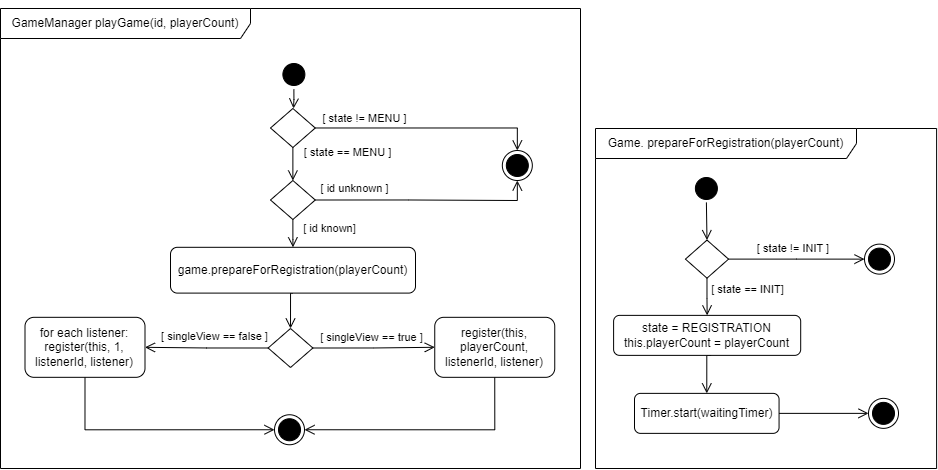
Above: Dokumentation/App/diagrams/laufzeit/activity_start1.png in sckoenig/Distributed-Tron (draw.io), before the change. Source tidied: cells renumbered, new cells last; positions are measured from the earlier drawing's top-left corner, leaving out a move shared by most shapes.
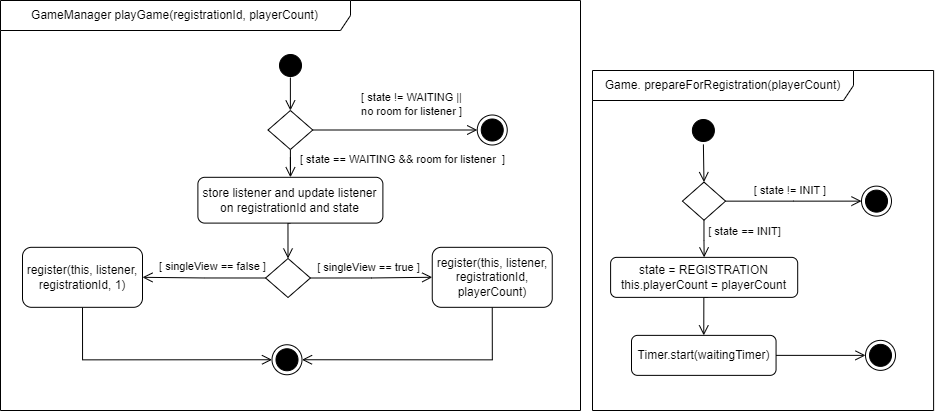
Later version of the same file.

The edit, as a diff of the source:
```diff
@@ -2,148 +2,128 @@
   <root>
     <mxCell id="0" />
     <mxCell id="1" parent="0" />
-    <mxCell id="2" value="&lt;div&gt;&lt;br&gt;&lt;/div&gt;&lt;div&gt;&lt;br&gt;&lt;/div&gt;" style="text;html=1;align=center;verticalAlign=middle;strokeColor=none;fillColor=none;" parent="1" vertex="1">
-      <mxGeometry x="478.5" width="20" height="40" as="geometry" />
+    <mxCell id="2" style="edgeStyle=orthogonalEdgeStyle;rounded=0;jettySize=auto;html=1;entryX=0.5;entryY=0;entryDx=0;entryDy=0;endArrow=open;endFill=0;endSize=8;" parent="1" edge="1" target="8">
+      <mxGeometry relative="1" as="geometry">
+        <mxPoint x="705.9" y="201.9" as="sourcePoint" />
+      </mxGeometry>
     </mxCell>
-    <mxCell id="3" style="ellipse;html=1;shape=startState;fillColor=#000000;strokeColor=#000000;" parent="1" vertex="1">
-      <mxGeometry x="278.4" y="59" width="30" height="30" as="geometry" />
+    <mxCell id="3" style="ellipse;html=1;shape=endState;fillColor=#000000;strokeColor=#000000;fontSize=11;sketch=0;" parent="1" vertex="1">
+      <mxGeometry x="868" y="397.9" width="30" height="30" as="geometry" />
     </mxCell>
-    <mxCell id="4" style="edgeStyle=orthogonalEdgeStyle;html=1;verticalAlign=bottom;endArrow=open;endSize=8;strokeColor=#000000;rounded=0;" parent="1" edge="1" source="3">
-      <mxGeometry relative="1" as="geometry">
-        <mxPoint x="293" y="108" as="targetPoint" />
-      </mxGeometry>
+    <mxCell id="4" style="edgeStyle=orthogonalEdgeStyle;rounded=0;jettySize=auto;html=1;entryX=0;entryY=0.5;entryDx=0;entryDy=0;endArrow=open;endFill=0;endSize=8;" parent="1" edge="1" source="8" target="10">
+      <mxGeometry relative="1" as="geometry" />
     </mxCell>
-    <mxCell id="5" style="edgeStyle=orthogonalEdgeStyle;rounded=0;jettySize=auto;html=1;exitX=0;exitY=0.5;exitDx=0;exitDy=0;exitPerimeter=0;entryX=1;entryY=0.5;entryDx=0;entryDy=0;endArrow=open;endFill=0;endSize=8;" parent="1" edge="1" source="9" target="13">
-      <mxGeometry relative="1" as="geometry" />
+    <mxCell id="5" value="[ state != INIT ]&amp;nbsp;" style="edgeLabel;html=1;align=center;verticalAlign=middle;" parent="4" vertex="1">
+      <mxGeometry x="-0.16" y="-2" relative="1" as="geometry">
+        <mxPoint x="9" y="-13" as="offset" />
+      </mxGeometry>
     </mxCell>
-    <mxCell id="6" value="[ singleView == false ]" style="edgeLabel;html=1;align=center;verticalAlign=middle;" parent="5" vertex="1">
-      <mxGeometry x="0.26" y="1" relative="1" as="geometry">
-        <mxPoint x="23" y="-12" as="offset" />
-      </mxGeometry>
+    <mxCell id="6" style="edgeStyle=orthogonalEdgeStyle;rounded=0;jettySize=auto;html=1;entryX=0.5;entryY=0;entryDx=0;entryDy=0;endArrow=open;endFill=0;endSize=8;" parent="1" edge="1" source="8" target="12">
+      <mxGeometry relative="1" as="geometry" />
     </mxCell>
-    <mxCell id="7" style="edgeStyle=orthogonalEdgeStyle;rounded=0;jettySize=auto;html=1;exitX=1;exitY=0.5;exitDx=0;exitDy=0;exitPerimeter=0;endArrow=open;endFill=0;endSize=8;" parent="1" edge="1" source="9" target="15">
-      <mxGeometry relative="1" as="geometry" />
+    <mxCell id="7" value="[ state == INIT]" style="edgeLabel;html=1;align=center;verticalAlign=middle;" parent="6" vertex="1">
+      <mxGeometry x="-0.28" relative="1" as="geometry">
+        <mxPoint x="40" y="-2" as="offset" />
+      </mxGeometry>
     </mxCell>
-    <mxCell id="8" value="[ singleView == true ]" style="edgeLabel;html=1;align=center;verticalAlign=middle;points=[];" parent="7" vertex="1">
-      <mxGeometry x="-0.25" y="-1" relative="1" as="geometry">
-        <mxPoint x="12" y="-12" as="offset" />
-      </mxGeometry>
+    <mxCell id="8" style="rhombus;whiteSpace=wrap;html=1;" parent="1" vertex="1">
+      <mxGeometry x="684.9" y="239.6" width="43.1" height="38.1" as="geometry" />
     </mxCell>
-    <mxCell id="9" style="strokeWidth=1;html=1;shape=mxgraph.flowchart.decision;whiteSpace=wrap;" parent="1" vertex="1">
-      <mxGeometry x="267.6" y="328" width="44.8" height="39" as="geometry" />
+    <mxCell id="9" value="Timer.start(waitingTimer)" style="rounded=1;whiteSpace=wrap;html=1;" parent="1" vertex="1">
+      <mxGeometry x="634" y="392.9" width="144.6" height="40" as="geometry" />
     </mxCell>
-    <mxCell id="10" style="edgeStyle=orthogonalEdgeStyle;rounded=0;jettySize=auto;html=1;exitX=0.5;exitY=1;exitDx=0;exitDy=0;entryX=0.5;entryY=0;entryDx=0;entryDy=0;entryPerimeter=0;endArrow=open;endFill=0;endSize=8;" parent="1" edge="1" source="11" target="9">
-      <mxGeometry relative="1" as="geometry" />
+    <mxCell id="10" style="ellipse;html=1;shape=endState;fillColor=#000000;strokeColor=#000000;fontSize=11;sketch=0;" parent="1" vertex="1">
+      <mxGeometry x="864" y="243.6" width="30" height="30" as="geometry" />
     </mxCell>
-    <mxCell id="11" value="game.prepareForRegistration(playerCount)" style="rounded=1;whiteSpace=wrap;html=1;" parent="1" vertex="1">
-      <mxGeometry x="170" y="246.8" width="245" height="45.8" as="geometry" />
+    <mxCell id="11" style="edgeStyle=orthogonalEdgeStyle;rounded=0;jettySize=auto;html=1;exitX=0.5;exitY=1;exitDx=0;exitDy=0;entryX=0.5;entryY=0;entryDx=0;entryDy=0;endArrow=open;endFill=0;endSize=8;" parent="1" edge="1" target="9">
+      <mxGeometry relative="1" as="geometry">
+        <mxPoint x="710.6" y="354.9" as="sourcePoint" />
+      </mxGeometry>
     </mxCell>
-    <mxCell id="12" style="edgeStyle=orthogonalEdgeStyle;rounded=0;jettySize=auto;html=1;exitX=0.5;exitY=1;exitDx=0;exitDy=0;entryX=0;entryY=0.5;entryDx=0;entryDy=0;endArrow=open;endFill=0;endSize=8;" parent="1" edge="1" source="13" target="16">
-      <mxGeometry relative="1" as="geometry" />
+    <mxCell id="12" value="state = REGISTRATION&lt;br&gt;this.playerCount = playerCount" style="rounded=1;whiteSpace=wrap;html=1;" parent="1" vertex="1">
+      <mxGeometry x="613.1" y="314.9" width="187.1" height="40" as="geometry" />
     </mxCell>
-    <mxCell id="13" value="for each listener: register(this, 1, listenerId, listener) " style="rounded=1;whiteSpace=wrap;html=1;" parent="1" vertex="1">
-      <mxGeometry x="24.5" y="316.8" width="120" height="60" as="geometry" />
+    <mxCell id="13" style="edgeStyle=orthogonalEdgeStyle;rounded=0;jettySize=auto;html=1;exitX=1;exitY=0.5;exitDx=0;exitDy=0;entryX=0;entryY=0.5;entryDx=0;entryDy=0;endArrow=open;endFill=0;endSize=8;" parent="1" edge="1" source="9" target="3">
+      <mxGeometry relative="1" as="geometry" />
     </mxCell>
-    <mxCell id="14" style="edgeStyle=orthogonalEdgeStyle;rounded=0;jettySize=auto;html=1;exitX=0.5;exitY=1;exitDx=0;exitDy=0;entryX=1;entryY=0.5;entryDx=0;entryDy=0;endArrow=open;endFill=0;endSize=8;" parent="1" edge="1" source="15" target="16">
-      <mxGeometry relative="1" as="geometry" />
+    <mxCell id="14" style="ellipse;html=1;shape=startState;fillColor=#000000;strokeColor=#000000;" parent="1" vertex="1">
+      <mxGeometry x="690.9" y="173" width="30" height="30" as="geometry" />
     </mxCell>
-    <mxCell id="15" value="register(this, playerCount, listenerId, listener)" style="rounded=1;whiteSpace=wrap;html=1;" parent="1" vertex="1">
-      <mxGeometry x="434.2" y="316.8" width="120" height="60" as="geometry" />
+    <mxCell id="15" value="Game. prepareForRegistration(playerCount)" style="shape=umlFrame;whiteSpace=wrap;html=1;sketch=0;fillColor=default;width=261;height=30;align=center;" parent="1" vertex="1">
+      <mxGeometry x="595" y="128" width="341.1" height="340" as="geometry" />
     </mxCell>
-    <mxCell id="16" style="ellipse;html=1;shape=endState;fillColor=#000000;strokeColor=#000000;fontSize=11;sketch=0;" parent="1" vertex="1">
-      <mxGeometry x="274" y="414.2" width="30" height="30" as="geometry" />
+    <mxCell id="16" style="ellipse;html=1;shape=startState;fillColor=#000000;strokeColor=#000000;" parent="1" vertex="1">
+      <mxGeometry x="278" y="108" width="30" height="30" as="geometry" />
     </mxCell>
-    <mxCell id="17" style="edgeStyle=orthogonalEdgeStyle;rounded=0;jettySize=auto;html=1;entryX=0.5;entryY=0;entryDx=0;entryDy=0;endArrow=open;endFill=0;endSize=8;" parent="1" edge="1" target="23">
-      <mxGeometry relative="1" as="geometry">
-        <mxPoint x="705.9" y="201.9" as="sourcePoint" />
-      </mxGeometry>
+    <mxCell id="17" style="edgeStyle=orthogonalEdgeStyle;rounded=0;jettySize=auto;html=1;exitX=0;exitY=0.5;exitDx=0;exitDy=0;exitPerimeter=0;entryX=1;entryY=0.5;entryDx=0;entryDy=0;endArrow=open;endFill=0;endSize=8;" parent="1" edge="1" source="21" target="25">
+      <mxGeometry relative="1" as="geometry" />
     </mxCell>
-    <mxCell id="18" style="ellipse;html=1;shape=endState;fillColor=#000000;strokeColor=#000000;fontSize=11;sketch=0;" parent="1" vertex="1">
-      <mxGeometry x="868" y="397.9" width="30" height="30" as="geometry" />
+    <mxCell id="18" value="[ singleView == false ]" style="edgeLabel;html=1;align=center;verticalAlign=middle;points=[];" parent="17" vertex="1">
+      <mxGeometry x="0.26" y="1" relative="1" as="geometry">
+        <mxPoint x="23" y="-12" as="offset" />
+      </mxGeometry>
     </mxCell>
-    <mxCell id="19" style="edgeStyle=orthogonalEdgeStyle;rounded=0;jettySize=auto;html=1;entryX=0;entryY=0.5;entryDx=0;entryDy=0;endArrow=open;endFill=0;endSize=8;" parent="1" edge="1" source="23" target="25">
+    <mxCell id="19" style="edgeStyle=orthogonalEdgeStyle;rounded=0;jettySize=auto;html=1;exitX=1;exitY=0.5;exitDx=0;exitDy=0;exitPerimeter=0;endArrow=open;endFill=0;endSize=8;" parent="1" edge="1" source="21" target="27">
       <mxGeometry relative="1" as="geometry" />
     </mxCell>
-    <mxCell id="20" value="[ state != INIT ]&amp;nbsp;" style="edgeLabel;html=1;align=center;verticalAlign=middle;" parent="19" vertex="1">
-      <mxGeometry x="-0.16" y="-2" relative="1" as="geometry">
-        <mxPoint x="9" y="-13" as="offset" />
+    <mxCell id="20" value="[ singleView == true ]" style="edgeLabel;html=1;align=center;verticalAlign=middle;" parent="19" vertex="1">
+      <mxGeometry x="-0.25" y="-1" relative="1" as="geometry">
+        <mxPoint x="12" y="-12" as="offset" />
       </mxGeometry>
     </mxCell>
-    <mxCell id="21" style="edgeStyle=orthogonalEdgeStyle;rounded=0;jettySize=auto;html=1;entryX=0.5;entryY=0;entryDx=0;entryDy=0;endArrow=open;endFill=0;endSize=8;" parent="1" edge="1" source="23" target="27">
-      <mxGeometry relative="1" as="geometry" />
+    <mxCell id="21" style="strokeWidth=1;html=1;shape=mxgraph.flowchart.decision;whiteSpace=wrap;" parent="1" vertex="1">
+      <mxGeometry x="268.1" y="316" width="44.8" height="39" as="geometry" />
     </mxCell>
-    <mxCell id="22" value="[ state == INIT]" style="edgeLabel;html=1;align=center;verticalAlign=middle;" parent="21" vertex="1">
-      <mxGeometry x="-0.28" relative="1" as="geometry">
-        <mxPoint x="40" y="-2" as="offset" />
-      </mxGeometry>
+    <mxCell id="22" style="edgeStyle=orthogonalEdgeStyle;rounded=0;jettySize=auto;html=1;exitX=0.5;exitY=1;exitDx=0;exitDy=0;entryX=0.5;entryY=0;entryDx=0;entryDy=0;entryPerimeter=0;endArrow=open;endFill=0;endSize=8;" parent="1" edge="1" source="23" target="21">
+      <mxGeometry relative="1" as="geometry" />
     </mxCell>
-    <mxCell id="23" style="rhombus;whiteSpace=wrap;html=1;" parent="1" vertex="1">
-      <mxGeometry x="684.9" y="239.6" width="43.1" height="38.1" as="geometry" />
+    <mxCell id="23" value="store listener and update listener&lt;br&gt;on registrationId and state" style="rounded=1;whiteSpace=wrap;html=1;" parent="1" vertex="1">
+      <mxGeometry x="200.4" y="234.8" width="185" height="45.8" as="geometry" />
     </mxCell>
-    <mxCell id="24" value="Timer.start(waitingTimer)" style="rounded=1;whiteSpace=wrap;html=1;" parent="1" vertex="1">
-      <mxGeometry x="634" y="392.9" width="144.6" height="40" as="geometry" />
+    <mxCell id="24" style="edgeStyle=orthogonalEdgeStyle;rounded=0;jettySize=auto;html=1;exitX=0.5;exitY=1;exitDx=0;exitDy=0;entryX=0;entryY=0.5;entryDx=0;entryDy=0;endArrow=open;endFill=0;endSize=8;" parent="1" edge="1" source="25" target="28">
+      <mxGeometry relative="1" as="geometry" />
     </mxCell>
-    <mxCell id="25" style="ellipse;html=1;shape=endState;fillColor=#000000;strokeColor=#000000;fontSize=11;sketch=0;" parent="1" vertex="1">
-      <mxGeometry x="864" y="243.6" width="30" height="30" as="geometry" />
+    <mxCell id="25" value="register(this, listener,&lt;br&gt;registrationId, 1)" style="rounded=1;whiteSpace=wrap;html=1;" parent="1" vertex="1">
+      <mxGeometry x="25" y="304.8" width="120" height="60" as="geometry" />
     </mxCell>
-    <mxCell id="26" style="edgeStyle=orthogonalEdgeStyle;rounded=0;jettySize=auto;html=1;exitX=0.5;exitY=1;exitDx=0;exitDy=0;entryX=0.5;entryY=0;entryDx=0;entryDy=0;endArrow=open;endFill=0;endSize=8;" parent="1" edge="1" target="24">
-      <mxGeometry relative="1" as="geometry">
-        <mxPoint x="710.6" y="354.9" as="sourcePoint" />
-      </mxGeometry>
+    <mxCell id="26" style="edgeStyle=orthogonalEdgeStyle;rounded=0;jettySize=auto;html=1;exitX=0.5;exitY=1;exitDx=0;exitDy=0;entryX=1;entryY=0.5;entryDx=0;entryDy=0;endArrow=open;endFill=0;endSize=8;" parent="1" edge="1" source="27" target="28">
+      <mxGeometry relative="1" as="geometry" />
     </mxCell>
-    <mxCell id="27" value="state = REGISTRATION&lt;br&gt;this.playerCount = playerCount" style="rounded=1;whiteSpace=wrap;html=1;" parent="1" vertex="1">
-      <mxGeometry x="613.1" y="314.9" width="187.1" height="40" as="geometry" />
+    <mxCell id="27" value="register(this, listener,&lt;br style=&quot;border-color: var(--border-color);&quot;&gt;registrationId, &lt;br&gt;playerCount)" style="rounded=1;whiteSpace=wrap;html=1;" parent="1" vertex="1">
+      <mxGeometry x="434.8" y="304.8" width="120" height="60" as="geometry" />
     </mxCell>
-    <mxCell id="28" style="edgeStyle=orthogonalEdgeStyle;rounded=0;jettySize=auto;html=1;exitX=1;exitY=0.5;exitDx=0;exitDy=0;entryX=0;entryY=0.5;entryDx=0;entryDy=0;endArrow=open;endFill=0;endSize=8;" parent="1" edge="1" source="24" target="18">
-      <mxGeometry relative="1" as="geometry" />
+    <mxCell id="28" style="ellipse;html=1;shape=endState;fillColor=#000000;strokeColor=#000000;fontSize=11;sketch=0;" parent="1" vertex="1">
+      <mxGeometry x="274.5" y="402.2" width="30" height="30" as="geometry" />
     </mxCell>
-    <mxCell id="29" style="ellipse;html=1;shape=startState;fillColor=#000000;strokeColor=#000000;" parent="1" vertex="1">
-      <mxGeometry x="690.9" y="173" width="30" height="30" as="geometry" />
+    <mxCell id="29" style="edgeStyle=orthogonalEdgeStyle;rounded=0;jettySize=auto;html=1;exitX=0.5;exitY=1;exitDx=0;exitDy=0;exitPerimeter=0;entryX=0.5;entryY=0;entryDx=0;entryDy=0;endArrow=open;endFill=0;endSize=8;entryPerimeter=0;" parent="1" edge="1" target="34">
+      <mxGeometry relative="1" as="geometry">
+        <mxPoint x="292.9" y="135" as="sourcePoint" />
+      </mxGeometry>
     </mxCell>
-    <mxCell id="30" style="edgeStyle=orthogonalEdgeStyle;rounded=0;jettySize=auto;html=1;exitX=0.5;exitY=1;exitDx=0;exitDy=0;exitPerimeter=0;entryX=0.5;entryY=0;entryDx=0;entryDy=0;endArrow=open;endFill=0;endSize=8;entryPerimeter=0;" parent="1" edge="1" source="32" target="39">
-      <mxGeometry relative="1" as="geometry" />
+    <mxCell id="30" style="ellipse;html=1;shape=endState;fillColor=#000000;strokeColor=#000000;fontSize=11;sketch=0;" parent="1" vertex="1">
+      <mxGeometry x="479.8" y="172.5" width="30" height="30" as="geometry" />
     </mxCell>
-    <mxCell id="31" style="edgeStyle=orthogonalEdgeStyle;rounded=0;jettySize=auto;html=1;endArrow=open;endFill=0;endSize=8;" parent="1" edge="1" source="32" target="33">
-      <mxGeometry relative="1" as="geometry" />
+    <mxCell id="31" value="GameManager playGame(registrationId, playerCount)" style="shape=umlFrame;whiteSpace=wrap;html=1;sketch=0;fillColor=default;width=350;height=30;align=center;" parent="1" vertex="1">
+      <mxGeometry x="3" y="58" width="580" height="410" as="geometry" />
     </mxCell>
-    <mxCell id="32" style="strokeWidth=1;html=1;shape=mxgraph.flowchart.decision;whiteSpace=wrap;" parent="1" vertex="1">
-      <mxGeometry x="270" y="108" width="44.8" height="39" as="geometry" />
+    <mxCell id="32" style="edgeStyle=orthogonalEdgeStyle;rounded=0;jettySize=auto;html=1;exitX=0.5;exitY=1;exitDx=0;exitDy=0;exitPerimeter=0;fontSize=11;endArrow=open;endFill=0;endSize=8;" parent="1" edge="1" source="34" target="23">
+      <mxGeometry relative="1" as="geometry" />
     </mxCell>
-    <mxCell id="33" style="ellipse;html=1;shape=endState;fillColor=#000000;strokeColor=#000000;fontSize=11;sketch=0;" parent="1" vertex="1">
-      <mxGeometry x="501.8" y="150" width="30" height="30" as="geometry" />
+    <mxCell id="33" style="edgeStyle=orthogonalEdgeStyle;rounded=0;jettySize=auto;html=1;exitX=1;exitY=0.5;exitDx=0;exitDy=0;exitPerimeter=0;endArrow=open;endFill=0;endSize=8;" parent="1" edge="1" source="34" target="30">
+      <mxGeometry relative="1" as="geometry" />
     </mxCell>
-    <mxCell id="34" value="[ state == MENU ]" style="edgeLabel;html=1;align=center;verticalAlign=middle;points=[];" parent="1" vertex="1">
-      <mxGeometry x="347" y="151.6" as="geometry" />
+    <mxCell id="34" style="strokeWidth=1;html=1;shape=mxgraph.flowchart.decision;whiteSpace=wrap;" parent="1" vertex="1">
+      <mxGeometry x="270.5" y="168" width="44.8" height="39" as="geometry" />
     </mxCell>
-    <mxCell id="35" value="[ state != MENU ]" style="edgeLabel;html=1;align=center;verticalAlign=middle;" parent="1" vertex="1">
-      <mxGeometry x="350" y="120" as="geometry">
-        <mxPoint x="14" y="-2" as="offset" />
+    <mxCell id="35" value="[ state != WAITING || &lt;br&gt;no room for listener ]" style="edgeLabel;html=1;align=center;verticalAlign=middle;" parent="1" vertex="1">
+      <mxGeometry x="400.5" y="158" as="geometry">
+        <mxPoint x="13" y="3" as="offset" />
       </mxGeometry>
     </mxCell>
-    <mxCell id="36" value="Game. prepareForRegistration(playerCount)" style="shape=umlFrame;whiteSpace=wrap;html=1;sketch=0;fillColor=default;width=261;height=30;align=center;" parent="1" vertex="1">
-      <mxGeometry x="595" y="128" width="341.1" height="340" as="geometry" />
+    <mxCell id="36" value="[ state == WAITING &amp;amp;&amp;amp; room for listener&amp;nbsp; ]" style="edgeLabel;html=1;align=center;verticalAlign=middle;" parent="1" vertex="1">
+      <mxGeometry x="390.5" y="218" as="geometry">
+        <mxPoint x="14" y="-2" as="offset" />
+      </mxGeometry>
     </mxCell>
-    <mxCell id="37" style="edgeStyle=orthogonalEdgeStyle;rounded=0;jettySize=auto;html=1;exitX=1;exitY=0.5;exitDx=0;exitDy=0;exitPerimeter=0;entryX=0.5;entryY=1;entryDx=0;entryDy=0;fontSize=11;endArrow=open;endFill=0;endSize=8;" parent="1" edge="1" source="39" target="33">
-      <mxGeometry relative="1" as="geometry" />
-    </mxCell>
-    <mxCell id="38" style="edgeStyle=orthogonalEdgeStyle;rounded=0;jettySize=auto;html=1;exitX=0.5;exitY=1;exitDx=0;exitDy=0;exitPerimeter=0;fontSize=11;endArrow=open;endFill=0;endSize=8;" parent="1" edge="1" source="39" target="11">
-      <mxGeometry relative="1" as="geometry" />
-    </mxCell>
-    <mxCell id="39" style="strokeWidth=1;html=1;shape=mxgraph.flowchart.decision;whiteSpace=wrap;" parent="1" vertex="1">
-      <mxGeometry x="270" y="180" width="44.8" height="39" as="geometry" />
-    </mxCell>
-    <mxCell id="40" value="[ id unknown ]" style="edgeLabel;html=1;align=center;verticalAlign=middle;" parent="1" vertex="1">
-      <mxGeometry x="340" y="190" as="geometry">
-        <mxPoint x="14" y="-2" as="offset" />
-      </mxGeometry>
-    </mxCell>
-    <mxCell id="41" value="[ id known]" style="edgeLabel;html=1;align=center;verticalAlign=middle;" parent="1" vertex="1">
-      <mxGeometry x="314.8" y="230" as="geometry">
-        <mxPoint x="14" y="-2" as="offset" />
-      </mxGeometry>
-    </mxCell>
-    <mxCell id="42" value="GameManager playGame(id, playerCount)" style="shape=umlFrame;whiteSpace=wrap;html=1;sketch=0;fillColor=default;width=250;height=30;align=center;" parent="1" vertex="1">
-      <mxGeometry y="8" width="580" height="460" as="geometry" />
-    </mxCell>
   </root>
 </mxGraphModel>
```
